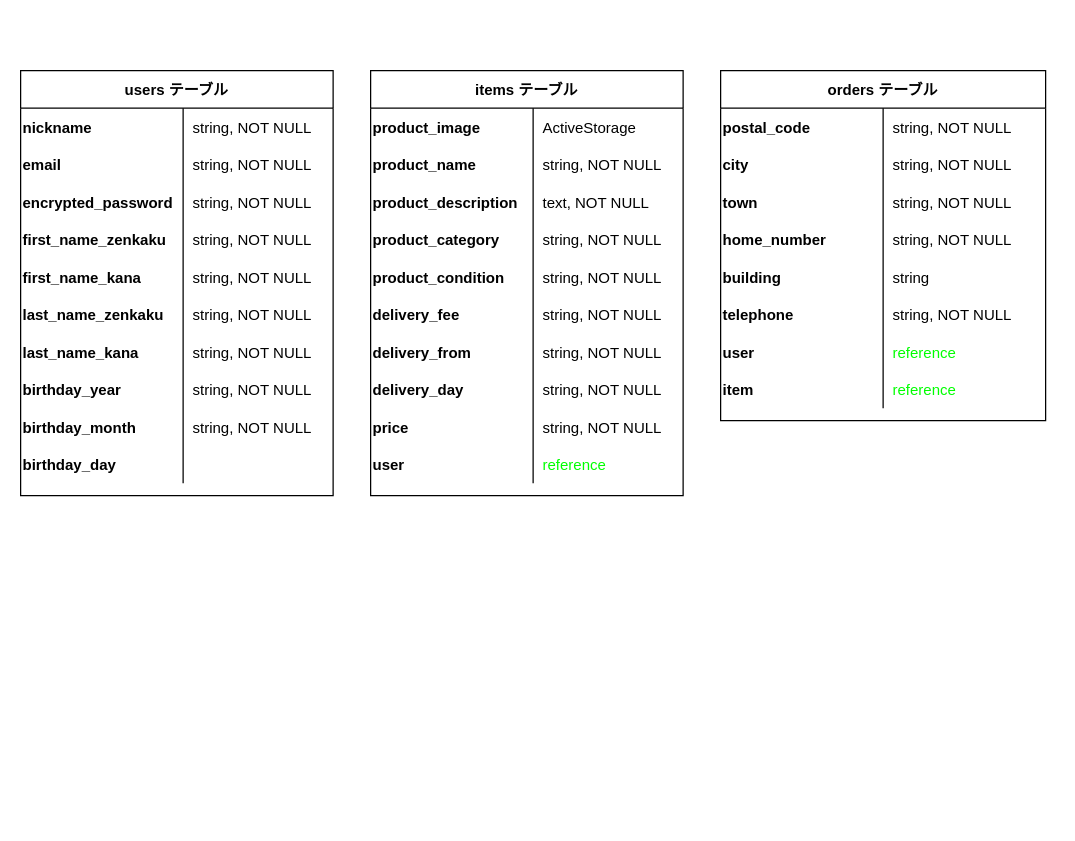
The draw.io diagram test.dio in taihei0120/furima-36752, before the edit. Source tidied: cells renumbered, new cells numbered last; positions are measured from the earlier drawing's top-left corner, leaving out a move shared by most shapes. Both pictures are drawn from the tidied source at 125%, with x=0, y=0 at pixel (20, 70).
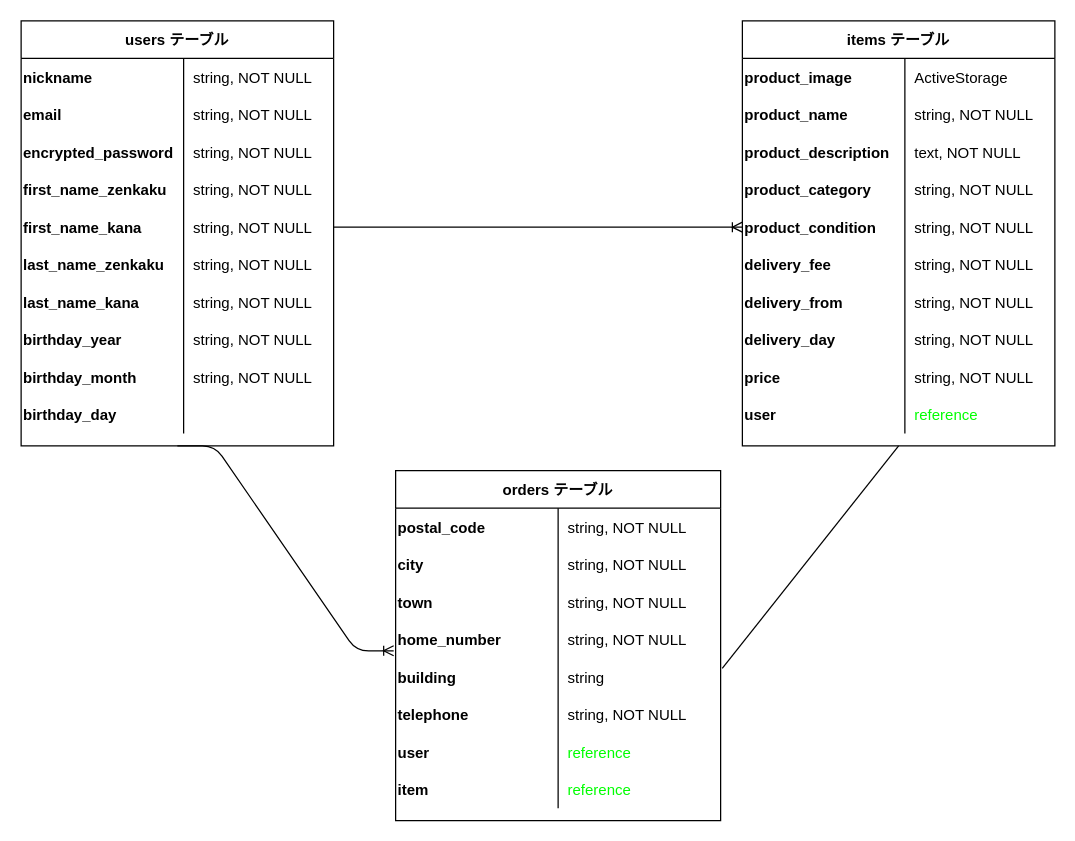
The same page after the edit.

Commit message:
ER図、README作成 v2

Unchanged cells that the change refers to:
```xml
<mxCell id="15" style="shape=partialRectangle;fillColor=none;top=0;left=0;bottom=0;right=0;points=[[0,0.5],[1,0.5]];portConstraint=eastwest;" parent="2" vertex="1">
  <mxGeometry y="150" width="250" height="30" as="geometry" />
</mxCell>
<mxCell id="46" style="shape=partialRectangle;fillColor=none;top=0;left=0;bottom=0;right=0;points=[[0,0.5],[1,0.5]];portConstraint=eastwest;" parent="33" vertex="1">
  <mxGeometry y="150" width="250" height="30" as="geometry" />
</mxCell>
<mxCell id="74" style="shape=partialRectangle;fillColor=none;top=0;left=0;bottom=0;right=0;points=[[0,0.5],[1,0.5]];portConstraint=eastwest;" parent="64" vertex="1">
  <mxGeometry y="120" width="260" height="30" as="geometry" />
</mxCell>
<mxCell id="77" style="shape=partialRectangle;fillColor=none;top=0;left=0;bottom=0;right=0;points=[[0,0.5],[1,0.5]];portConstraint=eastwest;" parent="64" vertex="1">
  <mxGeometry y="150" width="260" height="30" as="geometry" />
</mxCell>
```

Diff of the diagram source:
```diff
@@
     <mxCell id="2" value="items テーブル" style="shape=table;startSize=30;childLayout=tableLayout;rowLines=0;fontStyle=1;align=center;" parent="1" vertex="1">
-      <mxGeometry x="280" width="250" height="340" as="geometry" />
+      <mxGeometry x="577.4" y="-39.8" width="250" height="340" as="geometry" />
     </mxCell>
@@
     <mxCell id="33" value="users テーブル" style="shape=table;startSize=30;childLayout=tableLayout;rowLines=0;fontStyle=1;align=center;" parent="1" vertex="1">
-      <mxGeometry width="250" height="340" as="geometry" />
+      <mxGeometry x="0.4" y="-39.8" width="250" height="340" as="geometry" />
     </mxCell>
@@
     <mxCell id="64" value="orders テーブル" style="shape=table;startSize=30;childLayout=tableLayout;rowLines=0;fontStyle=1;align=center;" parent="1" vertex="1">
-      <mxGeometry x="560" width="260" height="280" as="geometry" />
+      <mxGeometry x="300" y="320" width="260" height="280" as="geometry" />
     </mxCell>
@@
+    <mxCell id="89" style="edgeStyle=entityRelationEdgeStyle;fontSize=12;html=1;endArrow=ERoneToMany;fontColor=#FFFFFF;exitX=1;exitY=0.5;exitDx=0;exitDy=0;entryX=0;entryY=0.5;entryDx=0;entryDy=0;" parent="1" edge="1" source="46" target="15">
+      <mxGeometry relative="1" as="geometry" />
+    </mxCell>
+    <mxCell id="90" style="edgeStyle=entityRelationEdgeStyle;fontSize=12;html=1;endArrow=ERoneToMany;fontColor=#FFFFFF;exitX=0.5;exitY=1;exitDx=0;exitDy=0;entryX=-0.006;entryY=0.805;entryDx=0;entryDy=0;entryPerimeter=0;" parent="1" edge="1" source="33" target="74">
+      <mxGeometry relative="1" as="geometry" />
+    </mxCell>
+    <mxCell id="91" style="endArrow=none;html=1;rounded=0;fontColor=#FFFFFF;entryX=0.5;entryY=1;entryDx=0;entryDy=0;exitX=1.005;exitY=0.272;exitDx=0;exitDy=0;exitPerimeter=0;" parent="1" edge="1" source="77" target="2">
+      <mxGeometry relative="1" as="geometry" />
+    </mxCell>
```
